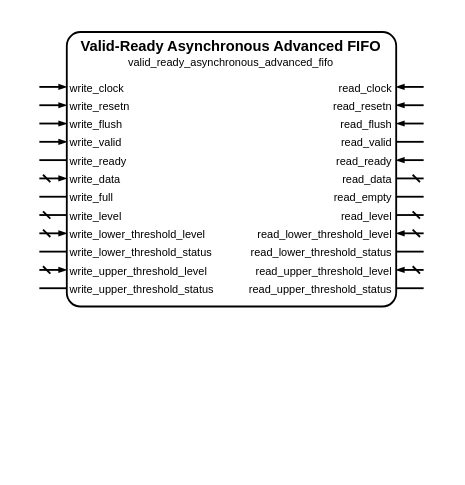
Before: sources/data/valid_ready/asynchronous_advanced_fifo/valid_ready_asynchronous_advanced_fifo.symbol.drawio in Louis-DR/OmniCores-BuildingBlocks, a draw.io diagram. Source tidied: cells renumbered, new cells numbered last; positions are measured from the earlier drawing's top-left corner, leaving out a move shared by most shapes. Both pictures are drawn from the tidied source at 183%, with x=0, y=0 at pixel (38, 31).
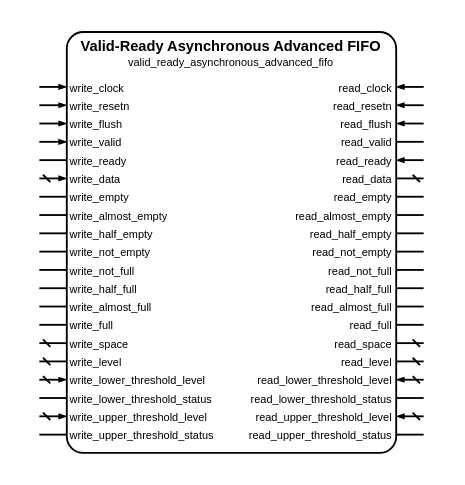
The same diagram, later.

Diff of the diagram source:
```diff
@@
     <mxCell id="2" style="group;" parent="1" vertex="1">
-      <mxGeometry width="210" height="150" as="geometry" />
+      <mxGeometry width="210" height="230" as="geometry" />
     </mxCell>
     <mxCell id="3" style="rounded=1;arcSize=5;fillColor=none;strokeWidth=1;strokeColor=black;whiteSpace=wrap;html=1;" parent="2" vertex="1">
-      <mxGeometry x="15" width="180" height="150" as="geometry" />
+      <mxGeometry x="15" width="180" height="230" as="geometry" />
     </mxCell>
@@
+    <mxCell id="54" value="write_empty" style="text;html=1;align=left;verticalAlign=middle;whiteSpace=wrap;rounded=0;fontSize=6;fontStyle=0;fontColor=black;" parent="2" vertex="1">
+      <mxGeometry x="15" y="90" width="180" as="geometry" />
+    </mxCell>
+    <mxCell id="55" style="html=1;rounded=1;strokeWidth=1;strokeColor=black;startFill=0;startSize=2;startArrow=none;endFill=1;endSize=2;endArrow=none;sourcePerimeterSpacing=0;" parent="2" edge="1">
+      <mxGeometry relative="1" as="geometry">
+        <mxPoint y="90" as="sourcePoint" />
+        <mxPoint x="15" y="90" as="targetPoint" />
+      </mxGeometry>
+    </mxCell>
+    <mxCell id="32" value="read_empty" style="text;html=1;align=right;verticalAlign=middle;whiteSpace=wrap;rounded=0;fontSize=6;fontStyle=0;fontColor=black;" parent="2" vertex="1">
+      <mxGeometry x="15" y="90" width="180" as="geometry" />
+    </mxCell>
+    <mxCell id="33" style="html=1;rounded=1;strokeWidth=1;strokeColor=black;startFill=0;startSize=2;startArrow=none;endFill=1;endSize=2;endArrow=none;sourcePerimeterSpacing=0;" parent="2" edge="1">
+      <mxGeometry relative="1" as="geometry">
+        <mxPoint x="210" y="90" as="sourcePoint" />
+        <mxPoint x="195" y="90" as="targetPoint" />
+      </mxGeometry>
+    </mxCell>
+    <mxCell id="56" value="write_almost_empty" style="text;html=1;align=left;verticalAlign=middle;whiteSpace=wrap;rounded=0;fontSize=6;fontStyle=0;fontColor=black;" parent="2" vertex="1">
+      <mxGeometry x="15" y="100" width="180" as="geometry" />
+    </mxCell>
+    <mxCell id="57" style="html=1;rounded=1;strokeWidth=1;strokeColor=black;startFill=0;startSize=2;startArrow=none;endFill=1;endSize=2;endArrow=none;sourcePerimeterSpacing=0;" parent="2" edge="1">
+      <mxGeometry relative="1" as="geometry">
+        <mxPoint y="100" as="sourcePoint" />
+        <mxPoint x="15" y="100" as="targetPoint" />
+      </mxGeometry>
+    </mxCell>
+    <mxCell id="58" value="read_almost_empty" style="text;html=1;align=right;verticalAlign=middle;whiteSpace=wrap;rounded=0;fontSize=6;fontStyle=0;fontColor=black;" parent="2" vertex="1">
+      <mxGeometry x="15" y="100" width="180" as="geometry" />
+    </mxCell>
+    <mxCell id="59" style="html=1;rounded=1;strokeWidth=1;strokeColor=black;startFill=0;startSize=2;startArrow=none;endFill=1;endSize=2;endArrow=none;sourcePerimeterSpacing=0;" parent="2" edge="1">
+      <mxGeometry relative="1" as="geometry">
+        <mxPoint x="210" y="100" as="sourcePoint" />
+        <mxPoint x="195" y="100" as="targetPoint" />
+      </mxGeometry>
+    </mxCell>
+    <mxCell id="60" value="write_half_empty" style="text;html=1;align=left;verticalAlign=middle;whiteSpace=wrap;rounded=0;fontSize=6;fontStyle=0;fontColor=black;" parent="2" vertex="1">
+      <mxGeometry x="15" y="110" width="180" as="geometry" />
+    </mxCell>
+    <mxCell id="61" style="html=1;rounded=1;strokeWidth=1;strokeColor=black;startFill=0;startSize=2;startArrow=none;endFill=1;endSize=2;endArrow=none;sourcePerimeterSpacing=0;" parent="2" edge="1">
+      <mxGeometry relative="1" as="geometry">
+        <mxPoint y="110" as="sourcePoint" />
+        <mxPoint x="15" y="110" as="targetPoint" />
+      </mxGeometry>
+    </mxCell>
+    <mxCell id="62" value="read_half_empty" style="text;html=1;align=right;verticalAlign=middle;whiteSpace=wrap;rounded=0;fontSize=6;fontStyle=0;fontColor=black;" parent="2" vertex="1">
+      <mxGeometry x="15" y="110" width="180" as="geometry" />
+    </mxCell>
+    <mxCell id="63" style="html=1;rounded=1;strokeWidth=1;strokeColor=black;startFill=0;startSize=2;startArrow=none;endFill=1;endSize=2;endArrow=none;sourcePerimeterSpacing=0;" parent="2" edge="1">
+      <mxGeometry relative="1" as="geometry">
+        <mxPoint x="210" y="110" as="sourcePoint" />
+        <mxPoint x="195" y="110" as="targetPoint" />
+      </mxGeometry>
+    </mxCell>
+    <mxCell id="64" value="write_not_empty" style="text;html=1;align=left;verticalAlign=middle;whiteSpace=wrap;rounded=0;fontSize=6;fontStyle=0;fontColor=black;" parent="2" vertex="1">
+      <mxGeometry x="15" y="120" width="180" as="geometry" />
+    </mxCell>
+    <mxCell id="65" style="html=1;rounded=1;strokeWidth=1;strokeColor=black;startFill=0;startSize=2;startArrow=none;endFill=1;endSize=2;endArrow=none;sourcePerimeterSpacing=0;" parent="2" edge="1">
+      <mxGeometry relative="1" as="geometry">
+        <mxPoint y="120" as="sourcePoint" />
+        <mxPoint x="15" y="120" as="targetPoint" />
+      </mxGeometry>
+    </mxCell>
+    <mxCell id="66" value="read_not_empty" style="text;html=1;align=right;verticalAlign=middle;whiteSpace=wrap;rounded=0;fontSize=6;fontStyle=0;fontColor=black;" parent="2" vertex="1">
+      <mxGeometry x="15" y="120" width="180" as="geometry" />
+    </mxCell>
+    <mxCell id="67" style="html=1;rounded=1;strokeWidth=1;strokeColor=black;startFill=0;startSize=2;startArrow=none;endFill=1;endSize=2;endArrow=none;sourcePerimeterSpacing=0;" parent="2" edge="1">
+      <mxGeometry relative="1" as="geometry">
+        <mxPoint x="210" y="120" as="sourcePoint" />
+        <mxPoint x="195" y="120" as="targetPoint" />
+      </mxGeometry>
+    </mxCell>
+    <mxCell id="68" value="write_not_full" style="text;html=1;align=left;verticalAlign=middle;whiteSpace=wrap;rounded=0;fontSize=6;fontStyle=0;fontColor=black;" parent="2" vertex="1">
+      <mxGeometry x="15" y="130" width="180" as="geometry" />
+    </mxCell>
+    <mxCell id="69" style="html=1;rounded=1;strokeWidth=1;strokeColor=black;startFill=0;startSize=2;startArrow=none;endFill=1;endSize=2;endArrow=none;sourcePerimeterSpacing=0;" parent="2" edge="1">
+      <mxGeometry relative="1" as="geometry">
+        <mxPoint y="130" as="sourcePoint" />
+        <mxPoint x="15" y="130" as="targetPoint" />
+      </mxGeometry>
+    </mxCell>
+    <mxCell id="70" value="read_not_full" style="text;html=1;align=right;verticalAlign=middle;whiteSpace=wrap;rounded=0;fontSize=6;fontStyle=0;fontColor=black;" parent="2" vertex="1">
+      <mxGeometry x="15" y="130" width="180" as="geometry" />
+    </mxCell>
+    <mxCell id="71" style="html=1;rounded=1;strokeWidth=1;strokeColor=black;startFill=0;startSize=2;startArrow=none;endFill=1;endSize=2;endArrow=none;sourcePerimeterSpacing=0;" parent="2" edge="1">
+      <mxGeometry relative="1" as="geometry">
+        <mxPoint x="210" y="130" as="sourcePoint" />
+        <mxPoint x="195" y="130" as="targetPoint" />
+      </mxGeometry>
+    </mxCell>
+    <mxCell id="72" value="write_half_full" style="text;html=1;align=left;verticalAlign=middle;whiteSpace=wrap;rounded=0;fontSize=6;fontStyle=0;fontColor=black;" parent="2" vertex="1">
+      <mxGeometry x="15" y="140" width="180" as="geometry" />
+    </mxCell>
+    <mxCell id="73" style="html=1;rounded=1;strokeWidth=1;strokeColor=black;startFill=0;startSize=2;startArrow=none;endFill=1;endSize=2;endArrow=none;sourcePerimeterSpacing=0;" parent="2" edge="1">
+      <mxGeometry relative="1" as="geometry">
+        <mxPoint y="140" as="sourcePoint" />
+        <mxPoint x="15" y="140" as="targetPoint" />
+      </mxGeometry>
+    </mxCell>
+    <mxCell id="74" value="read_half_full" style="text;html=1;align=right;verticalAlign=middle;whiteSpace=wrap;rounded=0;fontSize=6;fontStyle=0;fontColor=black;" parent="2" vertex="1">
+      <mxGeometry x="15" y="140" width="180" as="geometry" />
+    </mxCell>
+    <mxCell id="75" style="html=1;rounded=1;strokeWidth=1;strokeColor=black;startFill=0;startSize=2;startArrow=none;endFill=1;endSize=2;endArrow=none;sourcePerimeterSpacing=0;" parent="2" edge="1">
+      <mxGeometry relative="1" as="geometry">
+        <mxPoint x="210" y="140" as="sourcePoint" />
+        <mxPoint x="195" y="140" as="targetPoint" />
+      </mxGeometry>
+    </mxCell>
+    <mxCell id="76" value="write_almost_full" style="text;html=1;align=left;verticalAlign=middle;whiteSpace=wrap;rounded=0;fontSize=6;fontStyle=0;fontColor=black;" parent="2" vertex="1">
+      <mxGeometry x="15" y="150" width="180" as="geometry" />
+    </mxCell>
+    <mxCell id="77" style="html=1;rounded=1;strokeWidth=1;strokeColor=black;startFill=0;startSize=2;startArrow=none;endFill=1;endSize=2;endArrow=none;sourcePerimeterSpacing=0;" parent="2" edge="1">
+      <mxGeometry relative="1" as="geometry">
+        <mxPoint y="150" as="sourcePoint" />
+        <mxPoint x="15" y="150" as="targetPoint" />
+      </mxGeometry>
+    </mxCell>
+    <mxCell id="78" value="read_almost_full" style="text;html=1;align=right;verticalAlign=middle;whiteSpace=wrap;rounded=0;fontSize=6;fontStyle=0;fontColor=black;" parent="2" vertex="1">
+      <mxGeometry x="15" y="150" width="180" as="geometry" />
+    </mxCell>
+    <mxCell id="79" style="html=1;rounded=1;strokeWidth=1;strokeColor=black;startFill=0;startSize=2;startArrow=none;endFill=1;endSize=2;endArrow=none;sourcePerimeterSpacing=0;" parent="2" edge="1">
+      <mxGeometry relative="1" as="geometry">
+        <mxPoint x="210" y="150" as="sourcePoint" />
+        <mxPoint x="195" y="150" as="targetPoint" />
+      </mxGeometry>
+    </mxCell>
     <mxCell id="30" value="write_full" style="text;html=1;align=left;verticalAlign=middle;whiteSpace=wrap;rounded=0;fontSize=6;fontStyle=0;fontColor=black;" parent="2" vertex="1">
-      <mxGeometry x="15" y="90" width="180" as="geometry" />
+      <mxGeometry x="15" y="160" width="180" as="geometry" />
     </mxCell>
     <mxCell id="31" style="html=1;rounded=1;strokeWidth=1;strokeColor=black;startFill=0;startSize=2;startArrow=none;endFill=1;endSize=2;endArrow=none;sourcePerimeterSpacing=0;" parent="2" edge="1">
       <mxGeometry relative="1" as="geometry">
-        <mxPoint y="90" as="sourcePoint" />
-        <mxPoint x="15" y="90" as="targetPoint" />
+        <mxPoint y="160" as="sourcePoint" />
+        <mxPoint x="15" y="160" as="targetPoint" />
       </mxGeometry>
     </mxCell>
-    <mxCell id="32" value="read_empty" style="text;html=1;align=right;verticalAlign=middle;whiteSpace=wrap;rounded=0;fontSize=6;fontStyle=0;fontColor=black;" parent="2" vertex="1">
-      <mxGeometry x="15" y="90" width="180" as="geometry" />
-    </mxCell>
-    <mxCell id="33" style="html=1;rounded=1;strokeWidth=1;strokeColor=black;startFill=0;startSize=2;startArrow=none;endFill=1;endSize=2;endArrow=none;sourcePerimeterSpacing=0;" parent="2" edge="1">
-      <mxGeometry relative="1" as="geometry">
-        <mxPoint x="210" y="90" as="sourcePoint" />
-        <mxPoint x="195" y="90" as="targetPoint" />
-      </mxGeometry>
-    </mxCell>
+    <mxCell id="80" value="read_full" style="text;html=1;align=right;verticalAlign=middle;whiteSpace=wrap;rounded=0;fontSize=6;fontStyle=0;fontColor=black;" parent="2" vertex="1">
+      <mxGeometry x="15" y="160" width="180" as="geometry" />
+    </mxCell>
+    <mxCell id="81" style="html=1;rounded=1;strokeWidth=1;strokeColor=black;startFill=0;startSize=2;startArrow=none;endFill=1;endSize=2;endArrow=none;sourcePerimeterSpacing=0;" parent="2" edge="1">
+      <mxGeometry relative="1" as="geometry">
+        <mxPoint x="210" y="160" as="sourcePoint" />
+        <mxPoint x="195" y="160" as="targetPoint" />
+      </mxGeometry>
+    </mxCell>
+    <mxCell id="82" value="write_space" style="text;html=1;align=left;verticalAlign=middle;whiteSpace=wrap;rounded=0;fontSize=6;fontStyle=0;fontColor=black;" parent="2" vertex="1">
+      <mxGeometry x="15" y="170" width="180" as="geometry" />
+    </mxCell>
+    <mxCell id="83" style="html=1;rounded=1;strokeWidth=1;strokeColor=black;startFill=0;startSize=2;startArrow=dash;endFill=1;endSize=2;endArrow=none;sourcePerimeterSpacing=0;" parent="2" edge="1">
+      <mxGeometry relative="1" as="geometry">
+        <mxPoint y="170" as="sourcePoint" />
+        <mxPoint x="15" y="170" as="targetPoint" />
+      </mxGeometry>
+    </mxCell>
+    <mxCell id="84" value="read_space" style="text;html=1;align=right;verticalAlign=middle;whiteSpace=wrap;rounded=0;fontSize=6;fontStyle=0;fontColor=black;" parent="2" vertex="1">
+      <mxGeometry x="15" y="170" width="180" as="geometry" />
+    </mxCell>
+    <mxCell id="85" style="html=1;rounded=1;strokeWidth=1;strokeColor=black;startFill=0;startSize=2;startArrow=dash;endFill=1;endSize=2;endArrow=none;sourcePerimeterSpacing=0;" parent="2" edge="1">
+      <mxGeometry relative="1" as="geometry">
+        <mxPoint x="210" y="170" as="sourcePoint" />
+        <mxPoint x="195" y="170" as="targetPoint" />
+      </mxGeometry>
+    </mxCell>
     <mxCell id="34" value="write_level" style="text;html=1;align=left;verticalAlign=middle;whiteSpace=wrap;rounded=0;fontSize=6;fontStyle=0;fontColor=black;" parent="2" vertex="1">
-      <mxGeometry x="15" y="100" width="180" as="geometry" />
+      <mxGeometry x="15" y="180" width="180" as="geometry" />
     </mxCell>
     <mxCell id="35" style="html=1;rounded=1;strokeWidth=1;strokeColor=black;startFill=0;startSize=2;startArrow=dash;endFill=1;endSize=2;endArrow=none;sourcePerimeterSpacing=0;" parent="2" edge="1">
       <mxGeometry relative="1" as="geometry">
-        <mxPoint y="100" as="sourcePoint" />
-        <mxPoint x="15" y="100" as="targetPoint" />
+        <mxPoint y="180" as="sourcePoint" />
+        <mxPoint x="15" y="180" as="targetPoint" />
       </mxGeometry>
     </mxCell>
     <mxCell id="36" value="read_level" style="text;html=1;align=right;verticalAlign=middle;whiteSpace=wrap;rounded=0;fontSize=6;fontStyle=0;fontColor=black;" parent="2" vertex="1">
-      <mxGeometry x="15" y="100" width="180" as="geometry" />
+      <mxGeometry x="15" y="180" width="180" as="geometry" />
     </mxCell>
     <mxCell id="37" style="html=1;rounded=1;strokeWidth=1;strokeColor=black;startFill=0;startSize=2;startArrow=dash;endFill=1;endSize=2;endArrow=none;sourcePerimeterSpacing=0;" parent="2" edge="1">
       <mxGeometry relative="1" as="geometry">
-        <mxPoint x="210" y="100" as="sourcePoint" />
-        <mxPoint x="195" y="100" as="targetPoint" />
+        <mxPoint x="210" y="180" as="sourcePoint" />
+        <mxPoint x="195" y="180" as="targetPoint" />
       </mxGeometry>
     </mxCell>
     <mxCell id="38" value="write_lower_threshold_level" style="text;html=1;align=left;verticalAlign=middle;whiteSpace=wrap;rounded=0;fontSize=6;fontStyle=0;fontColor=black;" parent="2" vertex="1">
-      <mxGeometry x="15" y="110" width="180" as="geometry" />
+      <mxGeometry x="15" y="190" width="180" as="geometry" />
     </mxCell>
     <mxCell id="39" style="html=1;rounded=1;strokeWidth=1;strokeColor=black;startFill=0;startSize=2;startArrow=dash;endFill=1;endSize=2;endArrow=blockThin;sourcePerimeterSpacing=0;" parent="2" edge="1">
       <mxGeometry relative="1" as="geometry">
-        <mxPoint y="110" as="sourcePoint" />
-        <mxPoint x="15" y="110" as="targetPoint" />
+        <mxPoint y="190" as="sourcePoint" />
+        <mxPoint x="15" y="190" as="targetPoint" />
       </mxGeometry>
     </mxCell>
     <mxCell id="40" value="read_lower_threshold_level" style="text;html=1;align=right;verticalAlign=middle;whiteSpace=wrap;rounded=0;fontSize=6;fontStyle=0;fontColor=black;" parent="2" vertex="1">
-      <mxGeometry x="15" y="110" width="180" as="geometry" />
+      <mxGeometry x="15" y="190" width="180" as="geometry" />
     </mxCell>
     <mxCell id="41" style="html=1;rounded=1;strokeWidth=1;strokeColor=black;startFill=0;startSize=2;startArrow=dash;endFill=1;endSize=2;endArrow=blockThin;sourcePerimeterSpacing=0;" parent="2" edge="1">
       <mxGeometry relative="1" as="geometry">
-        <mxPoint x="210" y="110" as="sourcePoint" />
-        <mxPoint x="195" y="110" as="targetPoint" />
+        <mxPoint x="210" y="190" as="sourcePoint" />
+        <mxPoint x="195" y="190" as="targetPoint" />
       </mxGeometry>
     </mxCell>
     <mxCell id="42" value="write_lower_threshold_status" style="text;html=1;align=left;verticalAlign=middle;whiteSpace=wrap;rounded=0;fontSize=6;fontStyle=0;fontColor=black;" parent="2" vertex="1">
-      <mxGeometry x="15" y="120" width="180" as="geometry" />
+      <mxGeometry x="15" y="200" width="180" as="geometry" />
     </mxCell>
     <mxCell id="43" style="html=1;rounded=1;strokeWidth=1;strokeColor=black;startFill=0;startSize=2;startArrow=none;endFill=1;endSize=2;endArrow=none;sourcePerimeterSpacing=0;" parent="2" edge="1">
       <mxGeometry relative="1" as="geometry">
-        <mxPoint y="120" as="sourcePoint" />
-        <mxPoint x="15" y="120" as="targetPoint" />
+        <mxPoint y="200" as="sourcePoint" />
+        <mxPoint x="15" y="200" as="targetPoint" />
       </mxGeometry>
     </mxCell>
     <mxCell id="44" value="read_lower_threshold_status" style="text;html=1;align=right;verticalAlign=middle;whiteSpace=wrap;rounded=0;fontSize=6;fontStyle=0;fontColor=black;" parent="2" vertex="1">
-      <mxGeometry x="15" y="120" width="180" as="geometry" />
+      <mxGeometry x="15" y="200" width="180" as="geometry" />
     </mxCell>
     <mxCell id="45" style="html=1;rounded=1;strokeWidth=1;strokeColor=black;startFill=0;startSize=2;startArrow=none;endFill=1;endSize=2;endArrow=none;sourcePerimeterSpacing=0;" parent="2" edge="1">
       <mxGeometry relative="1" as="geometry">
-        <mxPoint x="210" y="120" as="sourcePoint" />
-        <mxPoint x="195" y="120" as="targetPoint" />
+        <mxPoint x="210" y="200" as="sourcePoint" />
+        <mxPoint x="195" y="200" as="targetPoint" />
       </mxGeometry>
     </mxCell>
     <mxCell id="46" value="write_upper_threshold_level" style="text;html=1;align=left;verticalAlign=middle;whiteSpace=wrap;rounded=0;fontSize=6;fontStyle=0;fontColor=black;" parent="2" vertex="1">
-      <mxGeometry x="15" y="130" width="180" as="geometry" />
+      <mxGeometry x="15" y="210" width="180" as="geometry" />
     </mxCell>
     <mxCell id="47" style="html=1;rounded=1;strokeWidth=1;strokeColor=black;startFill=0;startSize=2;startArrow=dash;endFill=1;endSize=2;endArrow=blockThin;sourcePerimeterSpacing=0;" parent="2" edge="1">
       <mxGeometry relative="1" as="geometry">
-        <mxPoint y="130" as="sourcePoint" />
-        <mxPoint x="15" y="130" as="targetPoint" />
+        <mxPoint y="210" as="sourcePoint" />
+        <mxPoint x="15" y="210" as="targetPoint" />
       </mxGeometry>
     </mxCell>
     <mxCell id="48" value="read_upper_threshold_level" style="text;html=1;align=right;verticalAlign=middle;whiteSpace=wrap;rounded=0;fontSize=6;fontStyle=0;fontColor=black;" parent="2" vertex="1">
-      <mxGeometry x="15" y="130" width="180" as="geometry" />
+      <mxGeometry x="15" y="210" width="180" as="geometry" />
     </mxCell>
     <mxCell id="49" style="html=1;rounded=1;strokeWidth=1;strokeColor=black;startFill=0;startSize=2;startArrow=dash;endFill=1;endSize=2;endArrow=blockThin;sourcePerimeterSpacing=0;" parent="2" edge="1">
       <mxGeometry relative="1" as="geometry">
-        <mxPoint x="210" y="130" as="sourcePoint" />
-        <mxPoint x="195" y="130" as="targetPoint" />
+        <mxPoint x="210" y="210" as="sourcePoint" />
+        <mxPoint x="195" y="210" as="targetPoint" />
       </mxGeometry>
     </mxCell>
     <mxCell id="50" value="write_upper_threshold_status" style="text;html=1;align=left;verticalAlign=middle;whiteSpace=wrap;rounded=0;fontSize=6;fontStyle=0;fontColor=black;" parent="2" vertex="1">
-      <mxGeometry x="15" y="140" width="180" as="geometry" />
+      <mxGeometry x="15" y="220" width="180" as="geometry" />
     </mxCell>
     <mxCell id="51" style="html=1;rounded=1;strokeWidth=1;strokeColor=black;startFill=0;startSize=2;startArrow=none;endFill=1;endSize=2;endArrow=none;sourcePerimeterSpacing=0;" parent="2" edge="1">
       <mxGeometry relative="1" as="geometry">
-        <mxPoint y="140" as="sourcePoint" />
-        <mxPoint x="15" y="140" as="targetPoint" />
+        <mxPoint y="220" as="sourcePoint" />
+        <mxPoint x="15" y="220" as="targetPoint" />
       </mxGeometry>
     </mxCell>
     <mxCell id="52" value="read_upper_threshold_status" style="text;html=1;align=right;verticalAlign=middle;whiteSpace=wrap;rounded=0;fontSize=6;fontStyle=0;fontColor=black;" parent="2" vertex="1">
-      <mxGeometry x="15" y="140" width="180" as="geometry" />
+      <mxGeometry x="15" y="220" width="180" as="geometry" />
     </mxCell>
     <mxCell id="53" style="html=1;rounded=1;strokeWidth=1;strokeColor=black;startFill=0;startSize=2;startArrow=none;endFill=1;endSize=2;endArrow=none;sourcePerimeterSpacing=0;" parent="2" edge="1">
       <mxGeometry relative="1" as="geometry">
-        <mxPoint x="210" y="140" as="sourcePoint" />
-        <mxPoint x="195" y="140" as="targetPoint" />
+        <mxPoint x="210" y="220" as="sourcePoint" />
+        <mxPoint x="195" y="220" as="targetPoint" />
       </mxGeometry>
     </mxCell>
```
